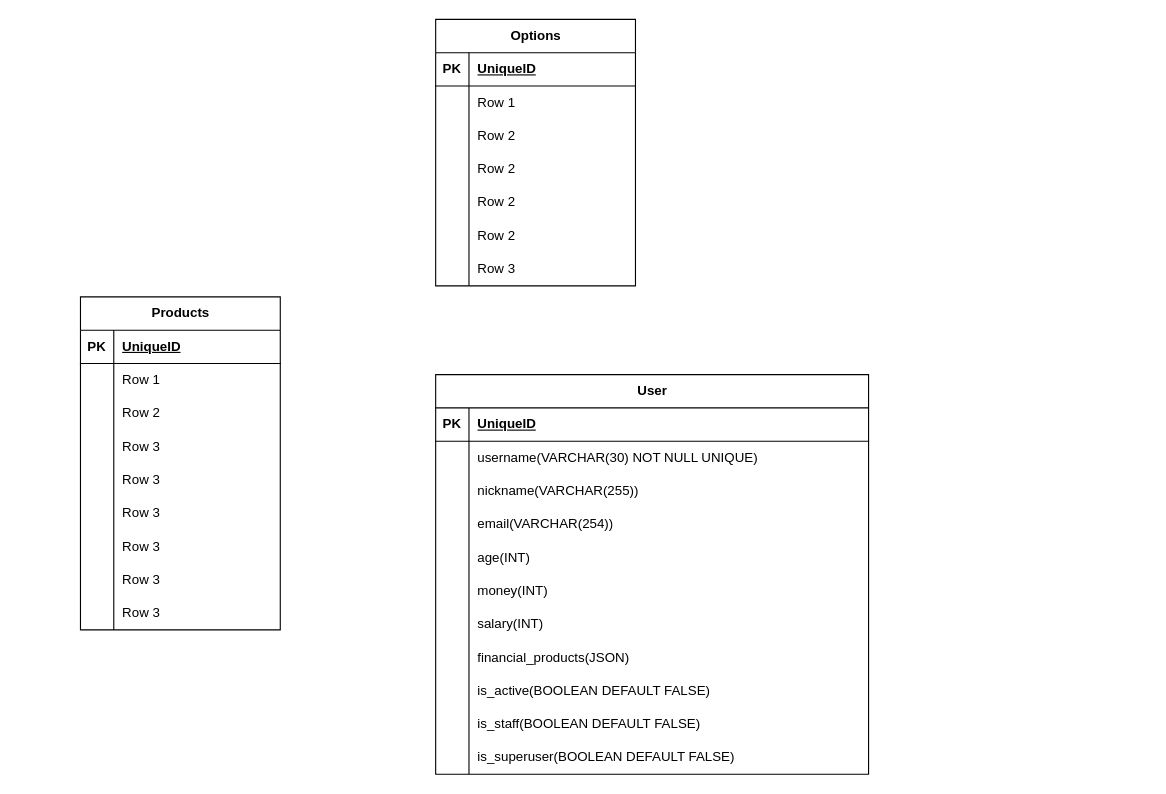
Before: page "ERD" (1 of 2) of 제목 없는 다이어그램.drawio in Starbow-Break/Final-PJT, a draw.io diagram. Source tidied: cells renumbered, new cells numbered last; positions are measured from the earlier drawing's top-left corner, leaving out a move shared by most shapes. Both pictures are drawn from the tidied source at 111%, with x=0, y=0 at pixel (80, 19).
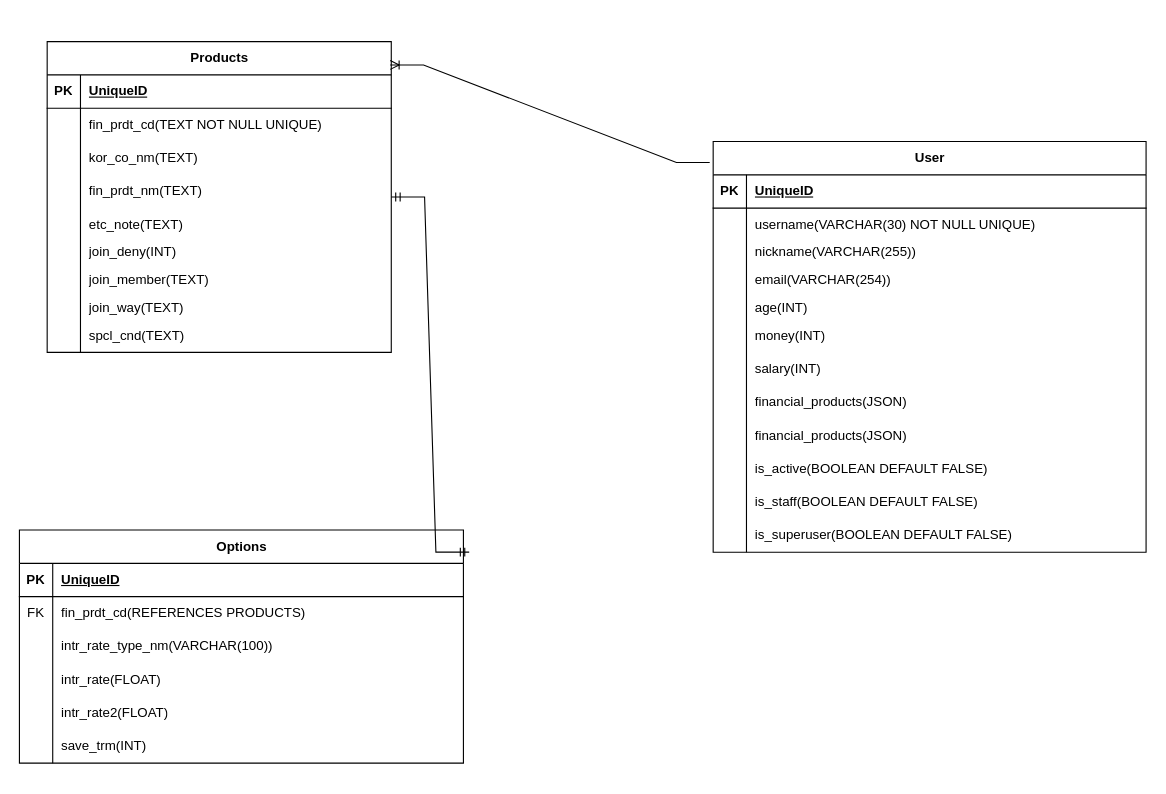
After the change.

Commit message (it also covers changes not shown here):
제목 없는 다이어그램.drawio 업데이트

Diff of the diagram source:
```diff
@@
     <mxCell id="2" value="Products" style="shape=table;startSize=30;childLayout=tableLayout;rowLines=0;fontStyle=1;align=center;html=1;" parent="1" vertex="1">
-      <mxGeometry y="250" width="180" height="300" as="geometry" />
+      <mxGeometry x="-30" y="20" width="310" height="280" as="geometry" />
     </mxCell>
     <mxCell id="3" style="shape=tableRow;horizontal=0;startSize=0;swimlaneHead=0;swimlaneBody=0;fillColor=none;top=0;left=0;right=0;bottom=1;" parent="2" vertex="1">
-      <mxGeometry y="30" width="180" height="30" as="geometry" />
+      <mxGeometry y="30" width="310" height="30" as="geometry" />
     </mxCell>
@@
     <mxCell id="5" value="UniqueID" style="shape=partialRectangle;fillColor=none;top=0;left=0;bottom=0;right=0;align=left;spacingLeft=6;fontStyle=5;overflow=hidden;whiteSpace=wrap;html=1;" parent="3" vertex="1">
-      <mxGeometry x="30" width="150" height="30" as="geometry" />
+      <mxGeometry x="30" width="280" height="30" as="geometry" />
     </mxCell>
     <mxCell id="6" style="shape=tableRow;horizontal=0;startSize=0;swimlaneHead=0;swimlaneBody=0;fillColor=none;top=0;left=0;right=0;bottom=0;" parent="2" vertex="1">
-      <mxGeometry y="60" width="180" height="30" as="geometry" />
+      <mxGeometry y="60" width="310" height="30" as="geometry" />
     </mxCell>
@@
-    <mxCell id="8" value="Row 1" style="shape=partialRectangle;fillColor=none;top=0;left=0;bottom=0;right=0;align=left;spacingLeft=6;overflow=hidden;whiteSpace=wrap;html=1;" parent="6" vertex="1">
-      <mxGeometry x="30" width="150" height="30" as="geometry" />
+    <mxCell id="8" value="fin_prdt_cd(TEXT NOT NULL UNIQUE)" style="shape=partialRectangle;fillColor=none;top=0;left=0;bottom=0;right=0;align=left;spacingLeft=6;overflow=hidden;whiteSpace=wrap;html=1;" parent="6" vertex="1">
+      <mxGeometry x="30" width="280" height="30" as="geometry" />
     </mxCell>
     <mxCell id="9" style="shape=tableRow;horizontal=0;startSize=0;swimlaneHead=0;swimlaneBody=0;fillColor=none;top=0;left=0;right=0;bottom=0;" parent="2" vertex="1">
-      <mxGeometry y="90" width="180" height="30" as="geometry" />
+      <mxGeometry y="90" width="310" height="30" as="geometry" />
     </mxCell>
@@
-    <mxCell id="11" value="Row 2" style="shape=partialRectangle;fillColor=none;top=0;left=0;bottom=0;right=0;align=left;spacingLeft=6;overflow=hidden;whiteSpace=wrap;html=1;" parent="9" vertex="1">
-      <mxGeometry x="30" width="150" height="30" as="geometry" />
+    <mxCell id="11" value="kor_co_nm(TEXT)" style="shape=partialRectangle;fillColor=none;top=0;left=0;bottom=0;right=0;align=left;spacingLeft=6;overflow=hidden;whiteSpace=wrap;html=1;" parent="9" vertex="1">
+      <mxGeometry x="30" width="280" height="30" as="geometry" />
     </mxCell>
     <mxCell id="12" style="shape=tableRow;horizontal=0;startSize=0;swimlaneHead=0;swimlaneBody=0;fillColor=none;top=0;left=0;right=0;bottom=0;" parent="2" vertex="1">
-      <mxGeometry y="120" width="180" height="30" as="geometry" />
+      <mxGeometry y="120" width="310" height="30" as="geometry" />
     </mxCell>
@@
-    <mxCell id="14" value="Row 3" style="shape=partialRectangle;fillColor=none;top=0;left=0;bottom=0;right=0;align=left;spacingLeft=6;overflow=hidden;whiteSpace=wrap;html=1;" parent="12" vertex="1">
-      <mxGeometry x="30" width="150" height="30" as="geometry" />
+    <mxCell id="14" value="fin_prdt_nm(TEXT)" style="shape=partialRectangle;fillColor=none;top=0;left=0;bottom=0;right=0;align=left;spacingLeft=6;overflow=hidden;whiteSpace=wrap;html=1;" parent="12" vertex="1">
+      <mxGeometry x="30" width="280" height="30" as="geometry" />
     </mxCell>
     <mxCell id="15" style="shape=tableRow;horizontal=0;startSize=0;swimlaneHead=0;swimlaneBody=0;fillColor=none;top=0;left=0;right=0;bottom=0;" parent="2" vertex="1">
-      <mxGeometry y="150" width="180" height="30" as="geometry" />
+      <mxGeometry y="150" width="310" height="30" as="geometry" />
     </mxCell>
@@
-    <mxCell id="17" value="Row 3" style="shape=partialRectangle;fillColor=none;top=0;left=0;bottom=0;right=0;align=left;spacingLeft=6;overflow=hidden;whiteSpace=wrap;html=1;" parent="15" vertex="1">
-      <mxGeometry x="30" width="150" height="30" as="geometry" />
+    <mxCell id="17" value="etc_note(TEXT)" style="shape=partialRectangle;fillColor=none;top=0;left=0;bottom=0;right=0;align=left;spacingLeft=6;overflow=hidden;whiteSpace=wrap;html=1;" parent="15" vertex="1">
+      <mxGeometry x="30" width="280" height="30" as="geometry" />
     </mxCell>
     <mxCell id="18" style="shape=tableRow;horizontal=0;startSize=0;swimlaneHead=0;swimlaneBody=0;fillColor=none;top=0;left=0;right=0;bottom=0;" parent="2" vertex="1">
-      <mxGeometry y="180" width="180" height="30" as="geometry" />
+      <mxGeometry y="180" width="310" height="20" as="geometry" />
     </mxCell>
     <mxCell id="19" style="shape=partialRectangle;fillColor=none;top=0;left=0;bottom=0;right=0;overflow=hidden;whiteSpace=wrap;html=1;" parent="18" vertex="1">
-      <mxGeometry width="30" height="30" as="geometry" />
+      <mxGeometry width="30" height="20" as="geometry" />
     </mxCell>
-    <mxCell id="20" value="Row 3" style="shape=partialRectangle;fillColor=none;top=0;left=0;bottom=0;right=0;align=left;spacingLeft=6;overflow=hidden;whiteSpace=wrap;html=1;" parent="18" vertex="1">
-      <mxGeometry x="30" width="150" height="30" as="geometry" />
+    <mxCell id="20" value="join_deny(INT)" style="shape=partialRectangle;fillColor=none;top=0;left=0;bottom=0;right=0;align=left;spacingLeft=6;overflow=hidden;whiteSpace=wrap;html=1;" parent="18" vertex="1">
+      <mxGeometry x="30" width="280" height="20" as="geometry" />
     </mxCell>
     <mxCell id="21" style="shape=tableRow;horizontal=0;startSize=0;swimlaneHead=0;swimlaneBody=0;fillColor=none;top=0;left=0;right=0;bottom=0;" parent="2" vertex="1">
-      <mxGeometry y="210" width="180" height="30" as="geometry" />
+      <mxGeometry y="200" width="310" height="30" as="geometry" />
     </mxCell>
@@
-    <mxCell id="23" value="Row 3" style="shape=partialRectangle;fillColor=none;top=0;left=0;bottom=0;right=0;align=left;spacingLeft=6;overflow=hidden;whiteSpace=wrap;html=1;" parent="21" vertex="1">
-      <mxGeometry x="30" width="150" height="30" as="geometry" />
+    <mxCell id="23" value="join_member(TEXT)" style="shape=partialRectangle;fillColor=none;top=0;left=0;bottom=0;right=0;align=left;spacingLeft=6;overflow=hidden;whiteSpace=wrap;html=1;" parent="21" vertex="1">
+      <mxGeometry x="30" width="280" height="30" as="geometry" />
     </mxCell>
     <mxCell id="24" style="shape=tableRow;horizontal=0;startSize=0;swimlaneHead=0;swimlaneBody=0;fillColor=none;top=0;left=0;right=0;bottom=0;" parent="2" vertex="1">
-      <mxGeometry y="240" width="180" height="30" as="geometry" />
+      <mxGeometry y="230" width="310" height="20" as="geometry" />
     </mxCell>
     <mxCell id="25" style="shape=partialRectangle;fillColor=none;top=0;left=0;bottom=0;right=0;overflow=hidden;whiteSpace=wrap;html=1;" parent="24" vertex="1">
-      <mxGeometry width="30" height="30" as="geometry" />
+      <mxGeometry width="30" height="20" as="geometry" />
     </mxCell>
-    <mxCell id="26" value="Row 3" style="shape=partialRectangle;fillColor=none;top=0;left=0;bottom=0;right=0;align=left;spacingLeft=6;overflow=hidden;whiteSpace=wrap;html=1;" parent="24" vertex="1">
-      <mxGeometry x="30" width="150" height="30" as="geometry" />
+    <mxCell id="26" value="join_way(TEXT)" style="shape=partialRectangle;fillColor=none;top=0;left=0;bottom=0;right=0;align=left;spacingLeft=6;overflow=hidden;whiteSpace=wrap;html=1;" parent="24" vertex="1">
+      <mxGeometry x="30" width="280" height="20" as="geometry" />
     </mxCell>
     <mxCell id="27" style="shape=tableRow;horizontal=0;startSize=0;swimlaneHead=0;swimlaneBody=0;fillColor=none;top=0;left=0;right=0;bottom=0;" parent="2" vertex="1">
-      <mxGeometry y="270" width="180" height="30" as="geometry" />
+      <mxGeometry y="250" width="310" height="30" as="geometry" />
     </mxCell>
@@
-    <mxCell id="29" value="Row 3" style="shape=partialRectangle;fillColor=none;top=0;left=0;bottom=0;right=0;align=left;spacingLeft=6;overflow=hidden;whiteSpace=wrap;html=1;" parent="27" vertex="1">
-      <mxGeometry x="30" width="150" height="30" as="geometry" />
+    <mxCell id="29" value="spcl_cnd(TEXT)" style="shape=partialRectangle;fillColor=none;top=0;left=0;bottom=0;right=0;align=left;spacingLeft=6;overflow=hidden;whiteSpace=wrap;html=1;" parent="27" vertex="1">
+      <mxGeometry x="30" width="280" height="30" as="geometry" />
     </mxCell>
     <mxCell id="30" value="User" style="shape=table;startSize=30;childLayout=tableLayout;rowLines=0;fontStyle=1;align=center;html=1;" parent="1" vertex="1">
-      <mxGeometry x="320" y="320" width="390" height="360" as="geometry" />
+      <mxGeometry x="570" y="110" width="390" height="370" as="geometry" />
     </mxCell>
@@
     <mxCell id="37" style="shape=tableRow;horizontal=0;startSize=0;swimlaneHead=0;swimlaneBody=0;fillColor=none;top=0;left=0;right=0;bottom=0;" parent="30" vertex="1">
-      <mxGeometry y="90" width="390" height="30" as="geometry" />
+      <mxGeometry y="90" width="390" height="20" as="geometry" />
     </mxCell>
     <mxCell id="38" style="shape=partialRectangle;fillColor=none;top=0;left=0;bottom=0;right=0;overflow=hidden;whiteSpace=wrap;html=1;" parent="37" vertex="1">
-      <mxGeometry width="30" height="30" as="geometry" />
+      <mxGeometry width="30" height="20" as="geometry" />
     </mxCell>
     <mxCell id="39" value="nickname(VARCHAR(255))" style="shape=partialRectangle;fillColor=none;top=0;left=0;bottom=0;right=0;align=left;spacingLeft=6;overflow=hidden;whiteSpace=wrap;html=1;" parent="37" vertex="1">
-      <mxGeometry x="30" width="360" height="30" as="geometry" />
+      <mxGeometry x="30" width="360" height="20" as="geometry" />
     </mxCell>
     <mxCell id="40" style="shape=tableRow;horizontal=0;startSize=0;swimlaneHead=0;swimlaneBody=0;fillColor=none;top=0;left=0;right=0;bottom=0;" parent="30" vertex="1">
-      <mxGeometry y="120" width="390" height="30" as="geometry" />
+      <mxGeometry y="110" width="390" height="30" as="geometry" />
     </mxCell>
@@
     <mxCell id="43" style="shape=tableRow;horizontal=0;startSize=0;swimlaneHead=0;swimlaneBody=0;fillColor=none;top=0;left=0;right=0;bottom=0;" parent="30" vertex="1">
-      <mxGeometry y="150" width="390" height="30" as="geometry" />
+      <mxGeometry y="140" width="390" height="20" as="geometry" />
     </mxCell>
     <mxCell id="44" style="shape=partialRectangle;fillColor=none;top=0;left=0;bottom=0;right=0;overflow=hidden;whiteSpace=wrap;html=1;" parent="43" vertex="1">
-      <mxGeometry width="30" height="30" as="geometry" />
+      <mxGeometry width="30" height="20" as="geometry" />
     </mxCell>
     <mxCell id="45" value="age(INT)" style="shape=partialRectangle;fillColor=none;top=0;left=0;bottom=0;right=0;align=left;spacingLeft=6;overflow=hidden;whiteSpace=wrap;html=1;" parent="43" vertex="1">
-      <mxGeometry x="30" width="360" height="30" as="geometry" />
+      <mxGeometry x="30" width="360" height="20" as="geometry" />
     </mxCell>
     <mxCell id="46" style="shape=tableRow;horizontal=0;startSize=0;swimlaneHead=0;swimlaneBody=0;fillColor=none;top=0;left=0;right=0;bottom=0;" parent="30" vertex="1">
-      <mxGeometry y="180" width="390" height="30" as="geometry" />
+      <mxGeometry y="160" width="390" height="30" as="geometry" />
     </mxCell>
@@
     <mxCell id="49" style="shape=tableRow;horizontal=0;startSize=0;swimlaneHead=0;swimlaneBody=0;fillColor=none;top=0;left=0;right=0;bottom=0;" parent="30" vertex="1">
-      <mxGeometry y="210" width="390" height="30" as="geometry" />
+      <mxGeometry y="190" width="390" height="30" as="geometry" />
     </mxCell>
@@
+    <mxCell id="86" style="shape=tableRow;horizontal=0;startSize=0;swimlaneHead=0;swimlaneBody=0;fillColor=none;top=0;left=0;right=0;bottom=0;" parent="30" vertex="1">
+      <mxGeometry y="220" width="390" height="30" as="geometry" />
+    </mxCell>
+    <mxCell id="84" style="shape=partialRectangle;fillColor=none;top=0;left=0;bottom=0;right=0;overflow=hidden;whiteSpace=wrap;html=1;" parent="86" vertex="1">
+      <mxGeometry width="30" height="30" as="geometry" />
+    </mxCell>
+    <mxCell id="87" value="financial_products(JSON)" style="shape=partialRectangle;fillColor=none;top=0;left=0;bottom=0;right=0;align=left;spacingLeft=6;overflow=hidden;whiteSpace=wrap;html=1;" parent="86" vertex="1">
+      <mxGeometry x="30" width="360" height="30" as="geometry" />
+    </mxCell>
     <mxCell id="52" style="shape=tableRow;horizontal=0;startSize=0;swimlaneHead=0;swimlaneBody=0;fillColor=none;top=0;left=0;right=0;bottom=0;" parent="30" vertex="1">
-      <mxGeometry y="240" width="390" height="30" as="geometry" />
+      <mxGeometry y="250" width="390" height="30" as="geometry" />
     </mxCell>
@@
     <mxCell id="55" style="shape=tableRow;horizontal=0;startSize=0;swimlaneHead=0;swimlaneBody=0;fillColor=none;top=0;left=0;right=0;bottom=0;" parent="30" vertex="1">
-      <mxGeometry y="270" width="390" height="30" as="geometry" />
+      <mxGeometry y="280" width="390" height="30" as="geometry" />
     </mxCell>
@@
     <mxCell id="58" style="shape=tableRow;horizontal=0;startSize=0;swimlaneHead=0;swimlaneBody=0;fillColor=none;top=0;left=0;right=0;bottom=0;" parent="30" vertex="1">
-      <mxGeometry y="300" width="390" height="30" as="geometry" />
+      <mxGeometry y="310" width="390" height="30" as="geometry" />
     </mxCell>
@@
     <mxCell id="61" style="shape=tableRow;horizontal=0;startSize=0;swimlaneHead=0;swimlaneBody=0;fillColor=none;top=0;left=0;right=0;bottom=0;" parent="30" vertex="1">
-      <mxGeometry y="330" width="390" height="30" as="geometry" />
+      <mxGeometry y="340" width="390" height="30" as="geometry" />
     </mxCell>
@@
     <mxCell id="64" value="Options" style="shape=table;startSize=30;childLayout=tableLayout;rowLines=0;fontStyle=1;align=center;html=1;" parent="1" vertex="1">
-      <mxGeometry x="320" width="180" height="240" as="geometry" />
+      <mxGeometry x="-55" y="460" width="400" height="210" as="geometry" />
     </mxCell>
     <mxCell id="65" style="shape=tableRow;horizontal=0;startSize=0;swimlaneHead=0;swimlaneBody=0;fillColor=none;top=0;left=0;right=0;bottom=1;" parent="64" vertex="1">
-      <mxGeometry y="30" width="180" height="30" as="geometry" />
+      <mxGeometry y="30" width="400" height="30" as="geometry" />
     </mxCell>
@@
     <mxCell id="67" value="UniqueID" style="shape=partialRectangle;fillColor=none;top=0;left=0;bottom=0;right=0;align=left;spacingLeft=6;fontStyle=5;overflow=hidden;whiteSpace=wrap;html=1;" parent="65" vertex="1">
-      <mxGeometry x="30" width="150" height="30" as="geometry" />
+      <mxGeometry x="30" width="370" height="30" as="geometry" />
     </mxCell>
     <mxCell id="68" style="shape=tableRow;horizontal=0;startSize=0;swimlaneHead=0;swimlaneBody=0;fillColor=none;top=0;left=0;right=0;bottom=0;" parent="64" vertex="1">
-      <mxGeometry y="60" width="180" height="30" as="geometry" />
+      <mxGeometry y="60" width="400" height="30" as="geometry" />
     </mxCell>
-    <mxCell id="69" style="shape=partialRectangle;fillColor=none;top=0;left=0;bottom=0;right=0;overflow=hidden;whiteSpace=wrap;html=1;" parent="68" vertex="1">
+    <mxCell id="69" value="FK" style="shape=partialRectangle;fillColor=none;top=0;left=0;bottom=0;right=0;overflow=hidden;whiteSpace=wrap;html=1;" parent="68" vertex="1">
       <mxGeometry width="30" height="30" as="geometry" />
     </mxCell>
-    <mxCell id="70" value="Row 1" style="shape=partialRectangle;fillColor=none;top=0;left=0;bottom=0;right=0;align=left;spacingLeft=6;overflow=hidden;whiteSpace=wrap;html=1;" parent="68" vertex="1">
-      <mxGeometry x="30" width="150" height="30" as="geometry" />
+    <mxCell id="70" value="fin_prdt_cd(REFERENCES PRODUCTS)" style="shape=partialRectangle;fillColor=none;top=0;left=0;bottom=0;right=0;align=left;spacingLeft=6;overflow=hidden;whiteSpace=wrap;html=1;" parent="68" vertex="1">
+      <mxGeometry x="30" width="370" height="30" as="geometry" />
     </mxCell>
     <mxCell id="71" style="shape=tableRow;horizontal=0;startSize=0;swimlaneHead=0;swimlaneBody=0;fillColor=none;top=0;left=0;right=0;bottom=0;" parent="64" vertex="1">
-      <mxGeometry y="90" width="180" height="30" as="geometry" />
+      <mxGeometry y="90" width="400" height="30" as="geometry" />
     </mxCell>
@@
-    <mxCell id="73" value="Row 2" style="shape=partialRectangle;fillColor=none;top=0;left=0;bottom=0;right=0;align=left;spacingLeft=6;overflow=hidden;whiteSpace=wrap;html=1;" parent="71" vertex="1">
-      <mxGeometry x="30" width="150" height="30" as="geometry" />
+    <mxCell id="73" value="intr_rate_type_nm(VARCHAR(100))" style="shape=partialRectangle;fillColor=none;top=0;left=0;bottom=0;right=0;align=left;spacingLeft=6;overflow=hidden;whiteSpace=wrap;html=1;" parent="71" vertex="1">
+      <mxGeometry x="30" width="370" height="30" as="geometry" />
     </mxCell>
     <mxCell id="74" style="shape=tableRow;horizontal=0;startSize=0;swimlaneHead=0;swimlaneBody=0;fillColor=none;top=0;left=0;right=0;bottom=0;" parent="64" vertex="1">
-      <mxGeometry y="120" width="180" height="30" as="geometry" />
+      <mxGeometry y="120" width="400" height="30" as="geometry" />
     </mxCell>
@@
-    <mxCell id="76" value="Row 2" style="shape=partialRectangle;fillColor=none;top=0;left=0;bottom=0;right=0;align=left;spacingLeft=6;overflow=hidden;whiteSpace=wrap;html=1;" parent="74" vertex="1">
-      <mxGeometry x="30" width="150" height="30" as="geometry" />
+    <mxCell id="76" value="intr_rate(FLOAT)" style="shape=partialRectangle;fillColor=none;top=0;left=0;bottom=0;right=0;align=left;spacingLeft=6;overflow=hidden;whiteSpace=wrap;html=1;" parent="74" vertex="1">
+      <mxGeometry x="30" width="370" height="30" as="geometry" />
     </mxCell>
     <mxCell id="77" style="shape=tableRow;horizontal=0;startSize=0;swimlaneHead=0;swimlaneBody=0;fillColor=none;top=0;left=0;right=0;bottom=0;" parent="64" vertex="1">
-      <mxGeometry y="150" width="180" height="30" as="geometry" />
+      <mxGeometry y="150" width="400" height="30" as="geometry" />
     </mxCell>
@@
-    <mxCell id="79" value="Row 2" style="shape=partialRectangle;fillColor=none;top=0;left=0;bottom=0;right=0;align=left;spacingLeft=6;overflow=hidden;whiteSpace=wrap;html=1;" parent="77" vertex="1">
-      <mxGeometry x="30" width="150" height="30" as="geometry" />
+    <mxCell id="79" value="intr_rate2(FLOAT)" style="shape=partialRectangle;fillColor=none;top=0;left=0;bottom=0;right=0;align=left;spacingLeft=6;overflow=hidden;whiteSpace=wrap;html=1;" parent="77" vertex="1">
+      <mxGeometry x="30" width="370" height="30" as="geometry" />
     </mxCell>
     <mxCell id="80" style="shape=tableRow;horizontal=0;startSize=0;swimlaneHead=0;swimlaneBody=0;fillColor=none;top=0;left=0;right=0;bottom=0;" parent="64" vertex="1">
-      <mxGeometry y="180" width="180" height="30" as="geometry" />
+      <mxGeometry y="180" width="400" height="30" as="geometry" />
     </mxCell>
@@
-    <mxCell id="82" value="Row 2" style="shape=partialRectangle;fillColor=none;top=0;left=0;bottom=0;right=0;align=left;spacingLeft=6;overflow=hidden;whiteSpace=wrap;html=1;" parent="80" vertex="1">
-      <mxGeometry x="30" width="150" height="30" as="geometry" />
+    <mxCell id="82" value="save_trm(INT)" style="shape=partialRectangle;fillColor=none;top=0;left=0;bottom=0;right=0;align=left;spacingLeft=6;overflow=hidden;whiteSpace=wrap;html=1;" parent="80" vertex="1">
+      <mxGeometry x="30" width="370" height="30" as="geometry" />
     </mxCell>
-    <mxCell id="83" style="shape=tableRow;horizontal=0;startSize=0;swimlaneHead=0;swimlaneBody=0;fillColor=none;top=0;left=0;right=0;bottom=0;" parent="64" vertex="1">
-      <mxGeometry y="210" width="180" height="30" as="geometry" />
-    </mxCell>
-    <mxCell id="84" style="shape=partialRectangle;fillColor=none;top=0;left=0;bottom=0;right=0;overflow=hidden;whiteSpace=wrap;html=1;" parent="83" vertex="1">
-      <mxGeometry width="30" height="30" as="geometry" />
-    </mxCell>
-    <mxCell id="85" value="Row 3" style="shape=partialRectangle;fillColor=none;top=0;left=0;bottom=0;right=0;align=left;spacingLeft=6;overflow=hidden;whiteSpace=wrap;html=1;" parent="83" vertex="1">
-      <mxGeometry x="30" width="150" height="30" as="geometry" />
-    </mxCell>
+    <mxCell id="88" style="edgeStyle=entityRelationEdgeStyle;fontSize=12;html=1;endArrow=ERoneToMany;rounded=0;entryX=0.997;entryY=0.075;entryDx=0;entryDy=0;entryPerimeter=0;exitX=-0.008;exitY=0.051;exitDx=0;exitDy=0;exitPerimeter=0;" parent="1" edge="1" source="30" target="2">
+      <mxGeometry relative="1" as="geometry" />
+    </mxCell>
+    <mxCell id="89" style="edgeStyle=entityRelationEdgeStyle;fontSize=12;html=1;endArrow=ERmandOne;startArrow=ERmandOne;rounded=0;exitX=1.013;exitY=0.095;exitDx=0;exitDy=0;exitPerimeter=0;" parent="1" edge="1" source="64" target="2">
+      <mxGeometry relative="1" as="geometry" />
+    </mxCell>
```
